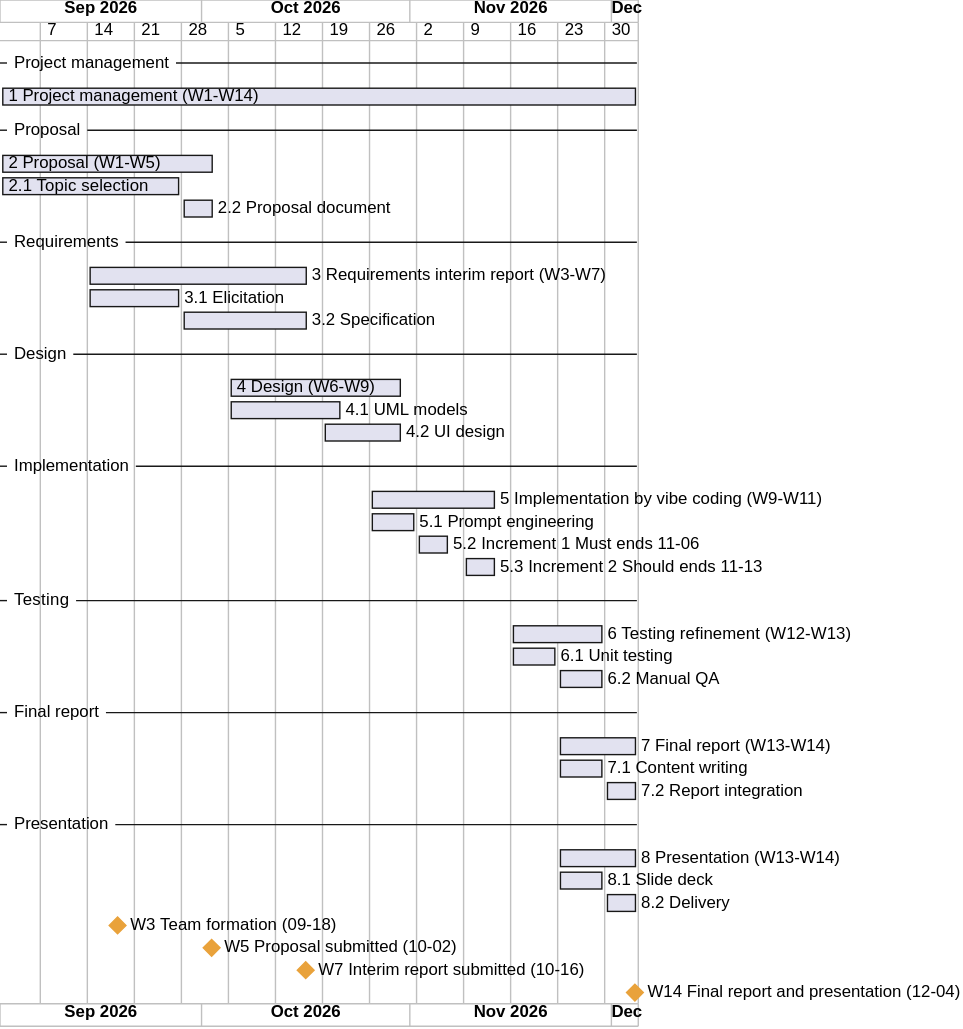
Before: uml/gantt.svg, a diagram exported from PlantUML (keemlogan/shiftswap). The source it was exported from:
```plantuml
@startgantt gantt
!pragma layout smetana
skinparam defaultFontName "Helvetica"
skinparam defaultFontSize 12
skinparam shadowing false
skinparam backgroundColor #FFFFFF
skinparam ganttDiagram {
  BackgroundColor #FFFFFF
  BarColor #DDE1E8
  BarFontColor #1C2230
  progressColor #4A5163
  milestoneBackgroundColor #E9A23B
  milestoneFontColor #1C2230
  TimelineBackgroundColor #FFFFFF
  TodayLineColor #C93A31
}

Project starts 2026-09-01
printscale weekly with calendar date
language en


-- Project management --
[1 Project management (W1-W14)] starts 2026-09-01 and ends 2026-12-04

-- Proposal --
[2 Proposal (W1-W5)] starts 2026-09-01 and ends 2026-10-02
[2.1 Topic selection] starts 2026-09-01 and ends 2026-09-27
[2.2 Proposal document] starts 2026-09-28 and ends 2026-10-02

-- Requirements --
[3 Requirements interim report (W3-W7)] starts 2026-09-14 and ends 2026-10-16
[3.1 Elicitation] starts 2026-09-14 and ends 2026-09-27
[3.2 Specification] starts 2026-09-28 and ends 2026-10-16

-- Design --
[4 Design (W6-W9)] starts 2026-10-05 and ends 2026-10-30
[4.1 UML models] starts 2026-10-05 and ends 2026-10-21
[4.2 UI design] starts 2026-10-19 and ends 2026-10-30

-- Implementation --
[5 Implementation by vibe coding (W9-W11)] starts 2026-10-26 and ends 2026-11-13
[5.1 Prompt engineering] starts 2026-10-26 and ends 2026-11-01
[5.2 Increment 1 Must ends 11-06] starts 2026-11-02 and ends 2026-11-06
[5.3 Increment 2 Should ends 11-13] starts 2026-11-09 and ends 2026-11-13

-- Testing --
[6 Testing refinement (W12-W13)] starts 2026-11-16 and ends 2026-11-29
[6.1 Unit testing] starts 2026-11-16 and ends 2026-11-22
[6.2 Manual QA] starts 2026-11-23 and ends 2026-11-29

-- Final report --
[7 Final report (W13-W14)] starts 2026-11-23 and ends 2026-12-04
[7.1 Content writing] starts 2026-11-23 and ends 2026-11-29
[7.2 Report integration] starts 2026-11-30 and ends 2026-12-04

-- Presentation --
[8 Presentation (W13-W14)] starts 2026-11-23 and ends 2026-12-04
[8.1 Slide deck] starts 2026-11-23 and ends 2026-11-29
[8.2 Delivery] starts 2026-11-30 and ends 2026-12-04

[W3 Team formation (09-18)] happens 2026-09-18
[W3 Team formation (09-18)] is colored in #E9A23B

[W5 Proposal submitted (10-02)] happens 2026-10-02
[W5 Proposal submitted (10-02)] is colored in #E9A23B

[W7 Interim report submitted (10-16)] happens 2026-10-16
[W7 Interim report submitted (10-16)] is colored in #E9A23B

[W14 Final report and presentation (12-04)] happens 2026-12-04
[W14 Final report and presentation (12-04)] is colored in #E9A23B

@endgantt
```
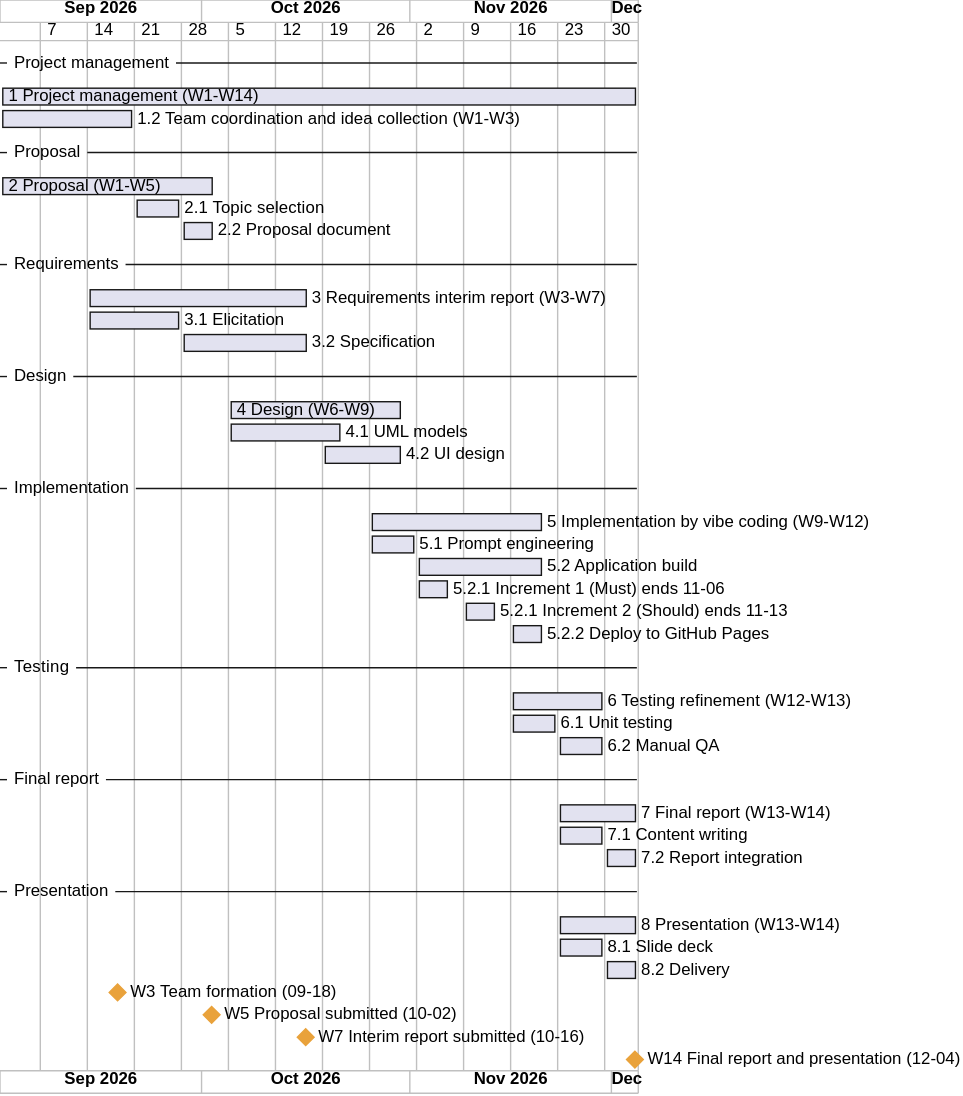
After the commit.

Diff of the diagram source:
```diff
@@ -22,10 +22,11 @@
 
 -- Project management --
 [1 Project management (W1-W14)] starts 2026-09-01 and ends 2026-12-04
+[1.2 Team coordination and idea collection (W1-W3)] starts 2026-09-01 and ends 2026-09-20
 
 -- Proposal --
 [2 Proposal (W1-W5)] starts 2026-09-01 and ends 2026-10-02
-[2.1 Topic selection] starts 2026-09-01 and ends 2026-09-27
+[2.1 Topic selection] starts 2026-09-21 and ends 2026-09-27
 [2.2 Proposal document] starts 2026-09-28 and ends 2026-10-02
 
 -- Requirements --
@@ -39,10 +40,12 @@
 [4.2 UI design] starts 2026-10-19 and ends 2026-10-30
 
 -- Implementation --
-[5 Implementation by vibe coding (W9-W11)] starts 2026-10-26 and ends 2026-11-13
+[5 Implementation by vibe coding (W9-W12)] starts 2026-10-26 and ends 2026-11-20
 [5.1 Prompt engineering] starts 2026-10-26 and ends 2026-11-01
-[5.2 Increment 1 Must ends 11-06] starts 2026-11-02 and ends 2026-11-06
-[5.3 Increment 2 Should ends 11-13] starts 2026-11-09 and ends 2026-11-13
+[5.2 Application build] starts 2026-11-02 and ends 2026-11-20
+[5.2.1 Increment 1 (Must) ends 11-06] starts 2026-11-02 and ends 2026-11-06
+[5.2.1 Increment 2 (Should) ends 11-13] starts 2026-11-09 and ends 2026-11-13
+[5.2.2 Deploy to GitHub Pages] starts 2026-11-16 and ends 2026-11-20
 
 -- Testing --
 [6 Testing refinement (W12-W13)] starts 2026-11-16 and ends 2026-11-29
```
